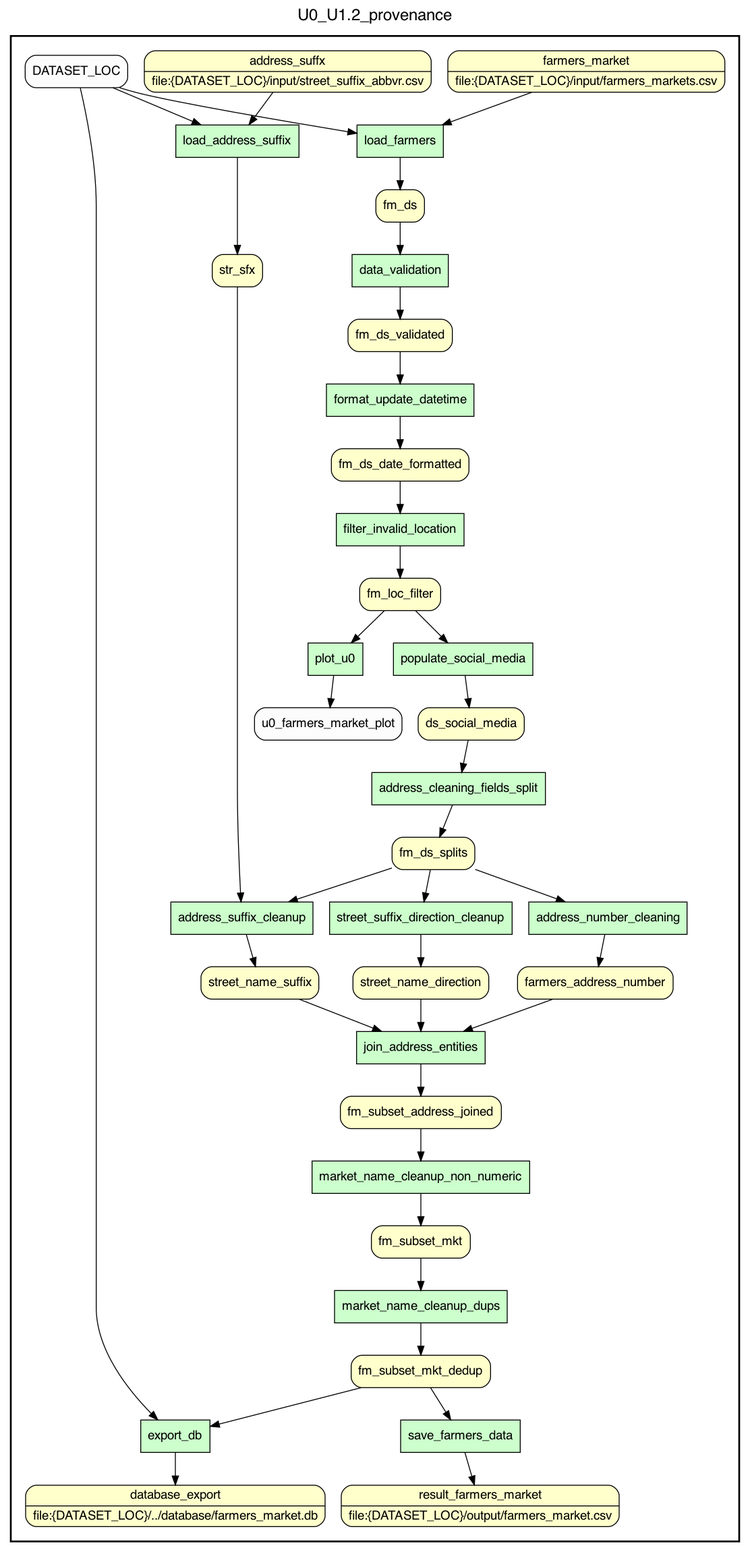
This is provenance/address_geo_cleaning.png from da230896/cs_513_project, a Graphviz export, as it was before one commit. Its source is kept beside it as provenance/address_geo_cleaning.gv.
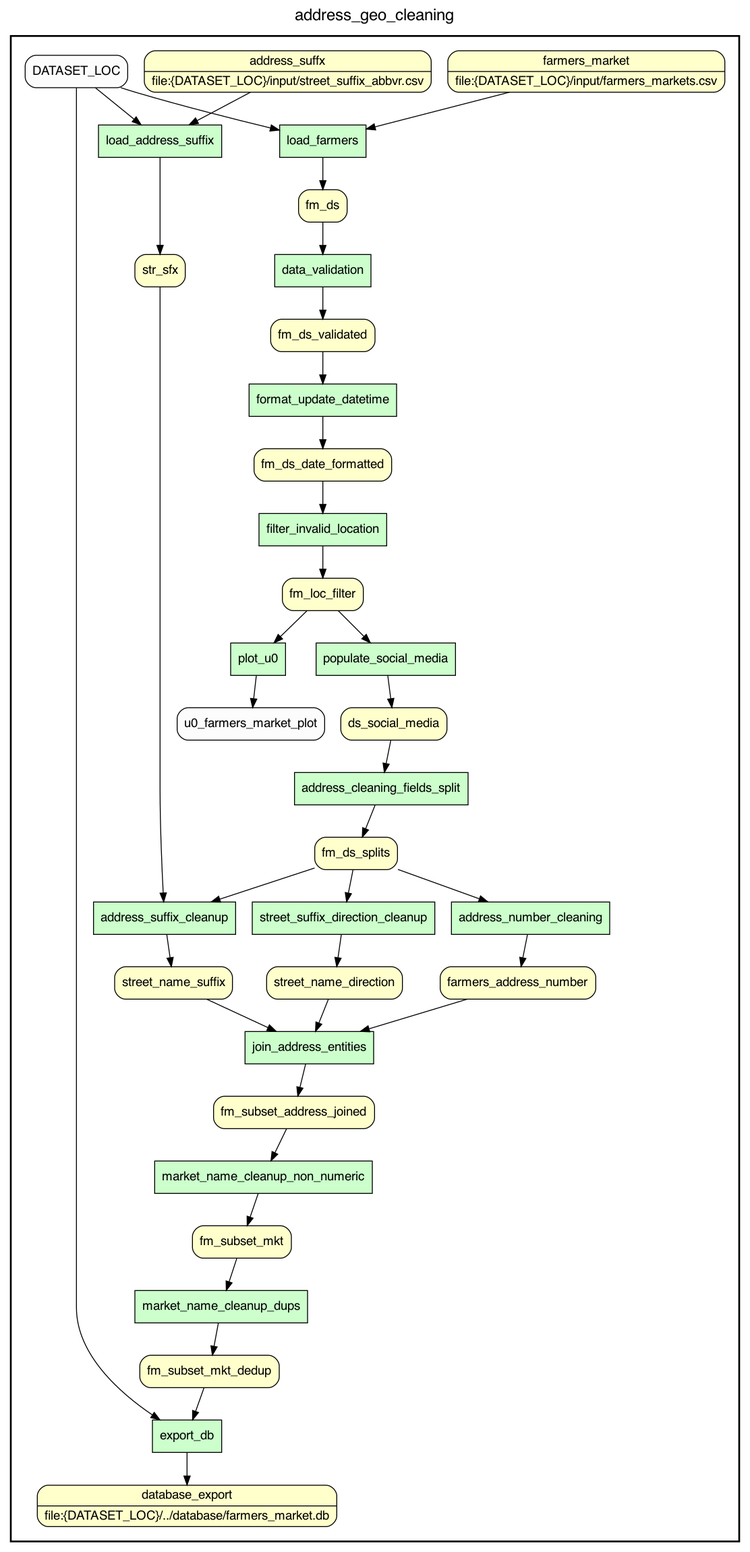
After the commit.

Diff of the diagram source:
```diff
@@ -4,7 +4,7 @@
 
 /* Title for graph */
 fontname=Helvetica; fontsize=18; labelloc=t
-label="U0_U1.2_provenance"
+label=address_geo_cleaning
 
 /* Start of double cluster for drawing box around nodes in workflow */
 subgraph cluster_workflow_box_outer { label=""; color=black; penwidth=2
@@ -28,14 +28,12 @@
 join_address_entities
 market_name_cleanup_non_numeric
 market_name_cleanup_dups
-save_farmers_data
 export_db
 
 /* Style for nodes representing non-parameter data channels in workflow */
 node[shape=box style="rounded,filled" fillcolor="#FFFFCC" peripheries=1 fontname=Helvetica]
 
 /* Nodes for non-parameter data channels in workflow */
-result_farmers_market [shape=record rankdir=LR label="{<f0> result_farmers_market |<f1> file\:\{DATASET_LOC\}/output/farmers_market.csv}"];
 database_export [shape=record rankdir=LR label="{<f0> database_export |<f1> file\:\{DATASET_LOC\}/../database/farmers_market.db}"];
 farmers_market [shape=record rankdir=LR label="{<f0> farmers_market |<f1> file\:\{DATASET_LOC\}/input/farmers_markets.csv}"];
 fm_ds
@@ -93,8 +91,6 @@
 fm_subset_address_joined -> market_name_cleanup_non_numeric
 market_name_cleanup_dups -> fm_subset_mkt_dedup
 fm_subset_mkt -> market_name_cleanup_dups
-save_farmers_data -> result_farmers_market
-fm_subset_mkt_dedup -> save_farmers_data
 export_db -> database_export
 DATASET_LOC -> export_db
 fm_subset_mkt_dedup -> export_db
```
